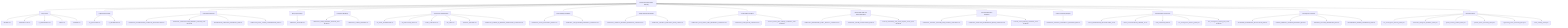
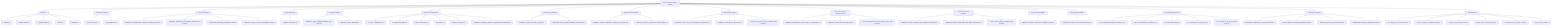
graph TD
    root["ToneSoul Documentation Authority"]
    root --> entrypoints["Entry Points"]
    entrypoints --> entrypoints_1["README.md"]
    entrypoints --> entrypoints_2["README.zh-TW.md"]
    entrypoints --> entrypoints_3["AI_ONBOARDING.md"]
    entrypoints --> entrypoints_4["INDEX.md"]
    entrypoints --> entrypoints_5["README.md"]
    root --> ai_operational_guides["AI Operational Guides"]
    ai_operational_guides --> ai_operational_guides_1["AI_QUICKSTART.md"]
    ai_operational_guides --> ai_operational_guides_2["AI_REFERENCE.md"]
    root --> canonical_architecture["Canonical Architecture"]
    canonical_architecture --> canonical_architecture_1["TONESOUL_EXTERNALIZED_COGNITIVE_ARCHITECTURE.md"]
    canonical_architecture --> canonical_architecture_2["TONESOUL_ARCHITECTURE_MEMORY_ANCHOR_2026-03-22.md"]
    canonical_architecture --> canonical_architecture_3["KNOWLEDGE_SURFACES_BOUNDARY_MAP.md"]
    canonical_architecture --> canonical_architecture_4["TONESOUL_EIGHT_LAYER_CONVERGENCE_MAP.md"]
    root --> deep_system_maps["Deep System Maps"]
    deep_system_maps --> deep_system_maps_1["TONESOUL_ANATOMY.md"]
    root --> interpretive_readings["Interpretive Readings"]
    interpretive_readings --> interpretive_readings_1["TONESOUL_DEEP_READING_ANCHOR_2026-03-26.md"]
    interpretive_readings --> interpretive_readings_2["TONESOUL_CODEX_READING.md"]
    root --> governance_execution["Governance And Execution"]
    governance_execution --> governance_execution_1["7D_AUDIT_FRAMEWORK.md"]
    governance_execution --> governance_execution_2["7D_EXECUTION_SPEC.md"]
    governance_execution --> governance_execution_3["AUDIT_CONTRACT.md"]
    governance_execution --> governance_execution_4["API_SPEC.md"]
    governance_execution --> governance_execution_5["COUNCIL_RUNTIME.md"]
    governance_execution --> governance_execution_6["TONESOUL_SHARED_R_MEMORY_OPERATIONS_CONTRACT.md"]
    root --> claim_authority_distillation["Claim Authority Distillation"]
    claim_authority_distillation --> claim_authority_distillation_1["TONESOUL_CLAIM_AUTHORITY_MATRIX.md"]
    claim_authority_distillation --> claim_authority_distillation_2["TONESOUL_LAW_RUNTIME_BOUNDARY_CONTRACT.md"]
    root --> subject_refresh_boundaries["Subject Refresh Boundaries"]
    subject_refresh_boundaries --> subject_refresh_boundaries_1["TONESOUL_SUBJECT_REFRESH_BOUNDARY_CONTRACT.md"]
    subject_refresh_boundaries --> subject_refresh_boundaries_2["TONESOUL_SUBJECT_SNAPSHOT_FIELD_LANES.md"]
    root --> control_plane_discipline["Control Plane Discipline"]
    control_plane_discipline --> control_plane_discipline_1["TONESOUL_TASK_TRACK_AND_READINESS_CONTRACT.md"]
    control_plane_discipline --> control_plane_discipline_2["TONESOUL_PLAN_DELTA_CONTRACT.md"]
    control_plane_discipline --> control_plane_discipline_3["tonesoul_control_plane_followup_candidates_2026-03-28.md"]
    root --> observable_shell_and_axiom_boundaries["Observable-Shell And Axiom Boundaries"]
    observable_shell_and_axiom_boundaries --> observable_shell_and_axiom_boundaries_1["TONESOUL_OBSERVABLE_SHELL_OPACITY_CONTRACT.md"]
    observable_shell_and_axiom_boundaries --> observable_shell_and_axiom_boundaries_2["TONESOUL_AXIOM_FALSIFICATION_MAP.md"]
    observable_shell_and_axiom_boundaries --> observable_shell_and_axiom_boundaries_3["tonesoul_observability_and_axiom_adoption_review_2026-03-28.md"]
    root --> council_deliberation_discipline["Council Deliberation Discipline"]
    council_deliberation_discipline --> council_deliberation_discipline_1["TONESOUL_COUNCIL_DOSSIER_AND_DISSENT_CONTRACT.md"]
    council_deliberation_discipline --> council_deliberation_discipline_2["TONESOUL_ADAPTIVE_DELIBERATION_MODE_CONTRACT.md"]
    council_deliberation_discipline --> council_deliberation_discipline_3["tonesoul_council_followup_candidates_2026-03-28.md"]
    root --> context_continuity_adoption["Context Continuity Adoption"]
    context_continuity_adoption --> context_continuity_adoption_1["TONESOUL_CONTEXT_CONTINUITY_ADOPTION_MAP.md"]
+     root --> prompt_discipline_skeleton["Prompt Discipline Skeleton"]
+     prompt_discipline_skeleton --> prompt_discipline_skeleton_1["TONESOUL_PROMPT_DISCIPLINE_SKELETON.md"]
    root --> doc_governance["Documentation Governance"]
    doc_governance --> doc_governance_1["DOCS_INFORMATION_ARCHITECTURE_v1.md"]
    doc_governance --> doc_governance_2["DOCS_CLASSIFICATION_LEDGER_v1.md"]
    doc_governance --> doc_governance_3["FILE_PURPOSE_MAP.md"]
    doc_governance --> doc_governance_4["doc_convergence_inventory_latest.json"]
    doc_governance --> doc_governance_5["doc_convergence_cleanup_plan_2026-03-22.md"]
    root --> convergence_contracts["Convergence Contracts"]
    convergence_contracts --> convergence_contracts_1["BASENAME_DIVERGENCE_DISTILLATION_MAP.md"]
    convergence_contracts --> convergence_contracts_2["PRIVATE_MEMORY_SHADOW_BOUNDARY_MAP.md"]
    convergence_contracts --> convergence_contracts_3["PARADOX_FIXTURE_OWNERSHIP_MAP.md"]
    convergence_contracts --> convergence_contracts_4["ENGINEERING_MIRROR_OWNERSHIP_MAP.md"]
    root --> generated_status["Generated Status"]
    generated_status --> generated_status_1["doc_convergence_inventory_latest.json"]
    generated_status --> generated_status_2["basename_divergence_distillation_latest.json"]
    generated_status --> generated_status_3["private_memory_shadow_latest.json"]
    generated_status --> generated_status_4["paradox_fixture_ownership_latest.json"]
    generated_status --> generated_status_5["engineering_mirror_ownership_latest.json"]
    generated_status --> generated_status_6["claim_authority_latest.json"]
